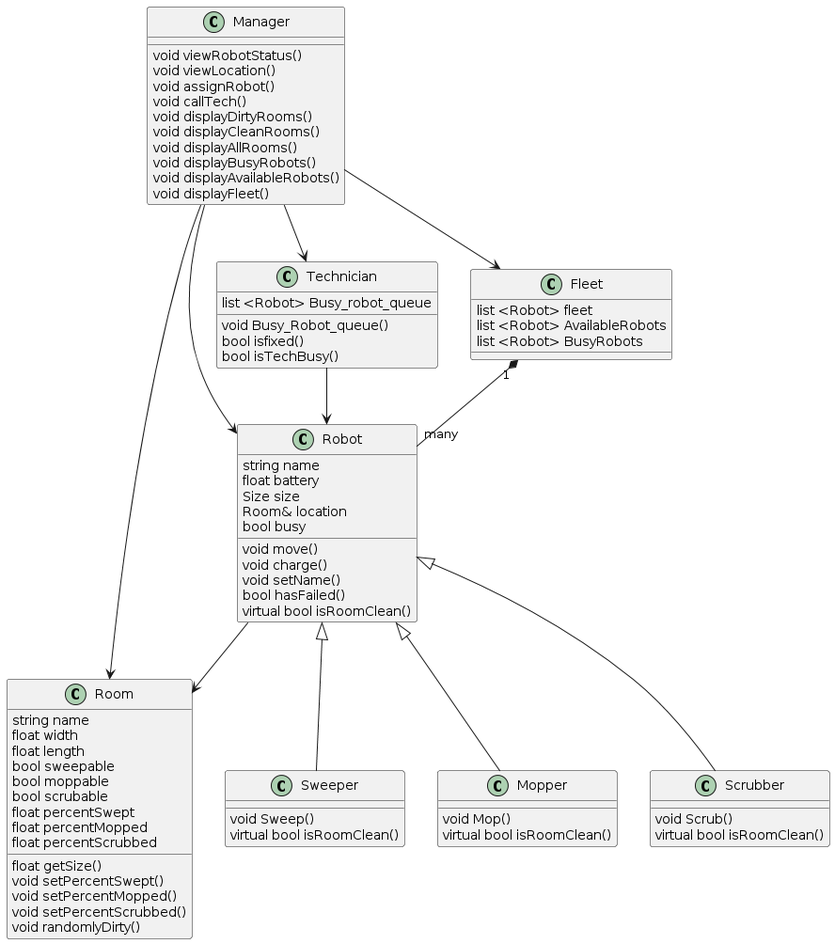
The PlantUML diagram docs/design/classdiagram/ClassDiagram.png in ur-cs-courses/course-project-catch-up, before a commit.
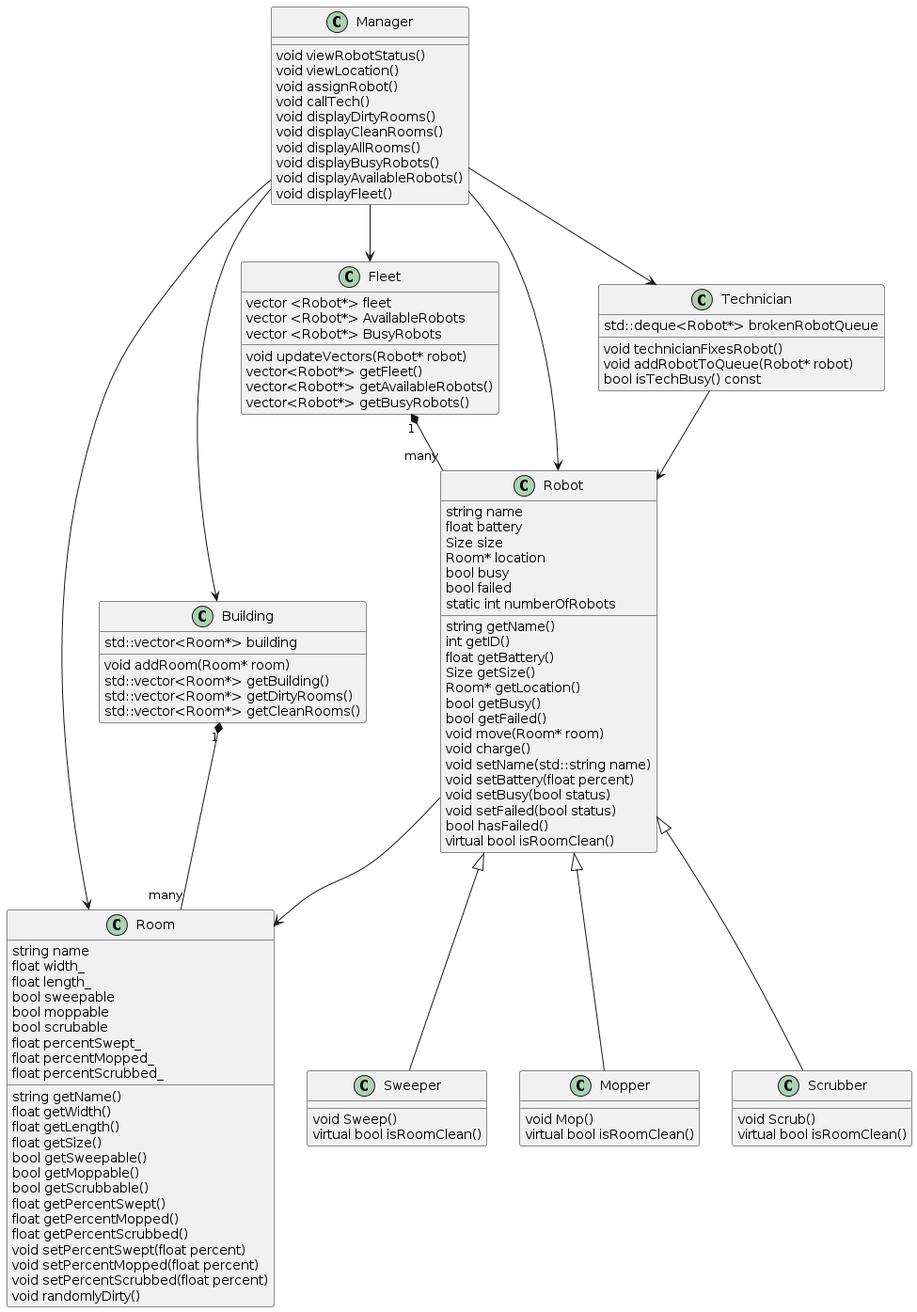
The same file after the commit.

Commit message:
Updated diagrams completely to match current build

Diff of the diagram source:
```diff
@@ -4,6 +4,7 @@
 Manager --> Robot
 Manager --> Technician
 Manager --> Fleet
+Manager --> Building
 
 
 Robot <|-- Sweeper
@@ -12,6 +13,7 @@
 Technician --> Robot
 Robot --> Room
 Fleet "1" *-- "many" Robot
+Building "1" *-- "many" Room
 
 
 class Manager
@@ -28,19 +30,28 @@
 
 class Room{
 string name
-float width
-float length
+float width_
+float length_
 bool sweepable
 bool moppable
 bool scrubable
-float percentSwept
-float percentMopped
-float percentScrubbed
+float percentSwept_
+float percentMopped_
+float percentScrubbed_
 
+string getName()
+float getWidth()
+float getLength()
 float getSize()
-void setPercentSwept()
-void setPercentMopped()
-void setPercentScrubbed()
+bool getSweepable()
+bool getMoppable()
+bool getScrubbable()
+float getPercentSwept()
+float getPercentMopped()
+float getPercentScrubbed()
+void setPercentSwept(float percent)
+void setPercentMopped(float percent)
+void setPercentScrubbed(float percent)
 void randomlyDirty()
 }
 
@@ -48,29 +59,56 @@
 string name
 float battery
 Size size
-Room& location
+Room* location
 bool busy
+bool failed
+static int numberOfRobots
 
-void move()
+string getName()
+int getID()
+float getBattery()
+Size getSize()
+Room* getLocation()
+bool getBusy()
+bool getFailed()
+void move(Room* room)
 void charge()
-void setName()
+void setName(std::string name)
+void setBattery(float percent)
+void setBusy(bool status)
+void setFailed(bool status)
 bool hasFailed()
 virtual bool isRoomClean()
 }
 
 class Fleet{
-      list <Robot> fleet
-      list <Robot> AvailableRobots
-      list <Robot> BusyRobots
+      vector <Robot*> fleet
+      vector <Robot*> AvailableRobots
+      vector <Robot*> BusyRobots
+
+      void updateVectors(Robot* robot)
+      vector<Robot*> getFleet()
+      vector<Robot*> getAvailableRobots()
+      vector<Robot*> getBusyRobots()
 
 }
 
 class Technician{
-    void Busy_Robot_queue()
-    bool isfixed()
-    bool isTechBusy()
-    list <Robot> Busy_robot_queue
+    std::deque<Robot*> brokenRobotQueue
 
+    void technicianFixesRobot()
+    void addRobotToQueue(Robot* robot)
+    bool isTechBusy() const
+
+}
+
+class Building{
+    std::vector<Room*> building
+
+    void addRoom(Room* room)
+    std::vector<Room*> getBuilding()
+    std::vector<Room*> getDirtyRooms()
+    std::vector<Room*> getCleanRooms()
 }
 
 class Sweeper{
```
